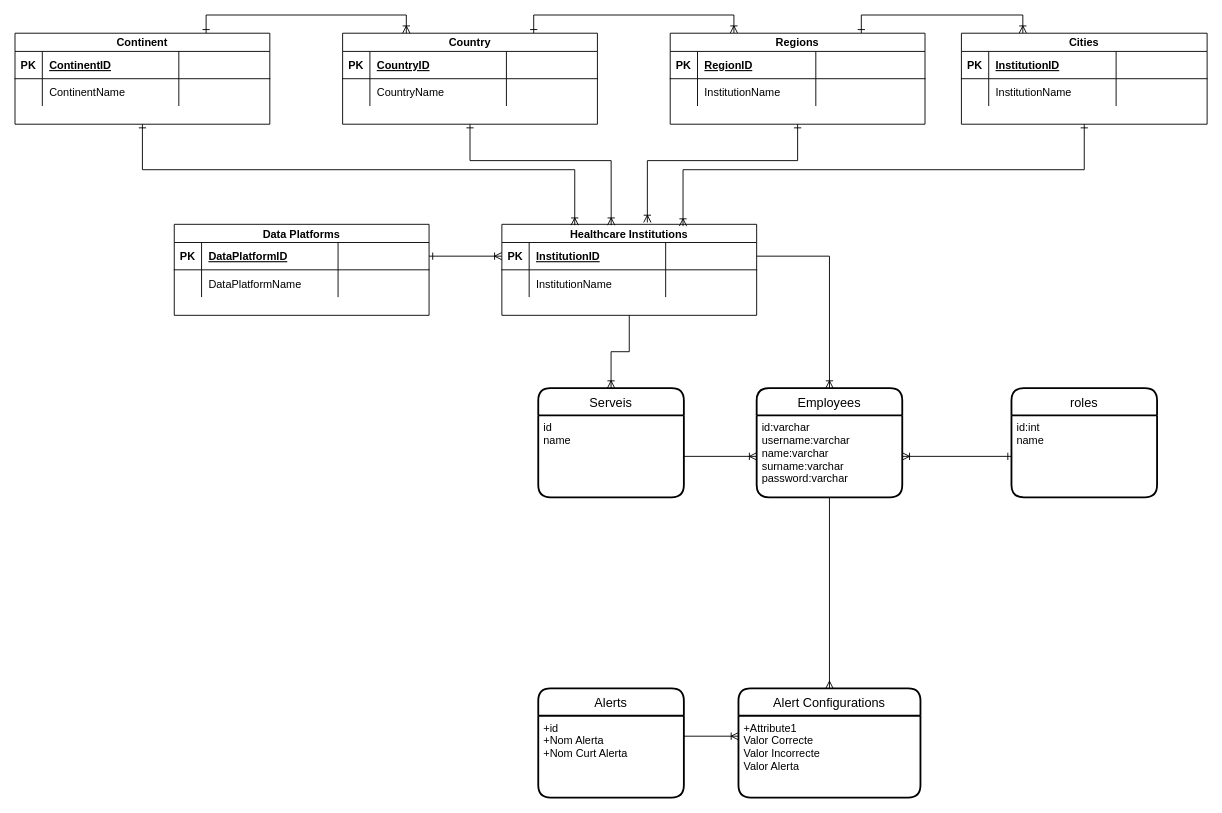
This is page "Bases de Dades" (1 of 6) of Producte/Diseny/Diagrames.drawio from eespunes/Plataforma-de-Visualitzacio-dAlertes-Sanitaries, a draw.io file, before an edit. Source tidied: cells renumbered, new cells numbered last; positions are measured from the earlier drawing's top-left corner, leaving out a move shared by most shapes. Both pictures are drawn from the tidied source at 91%, with x=0, y=0 at pixel (15, 33).
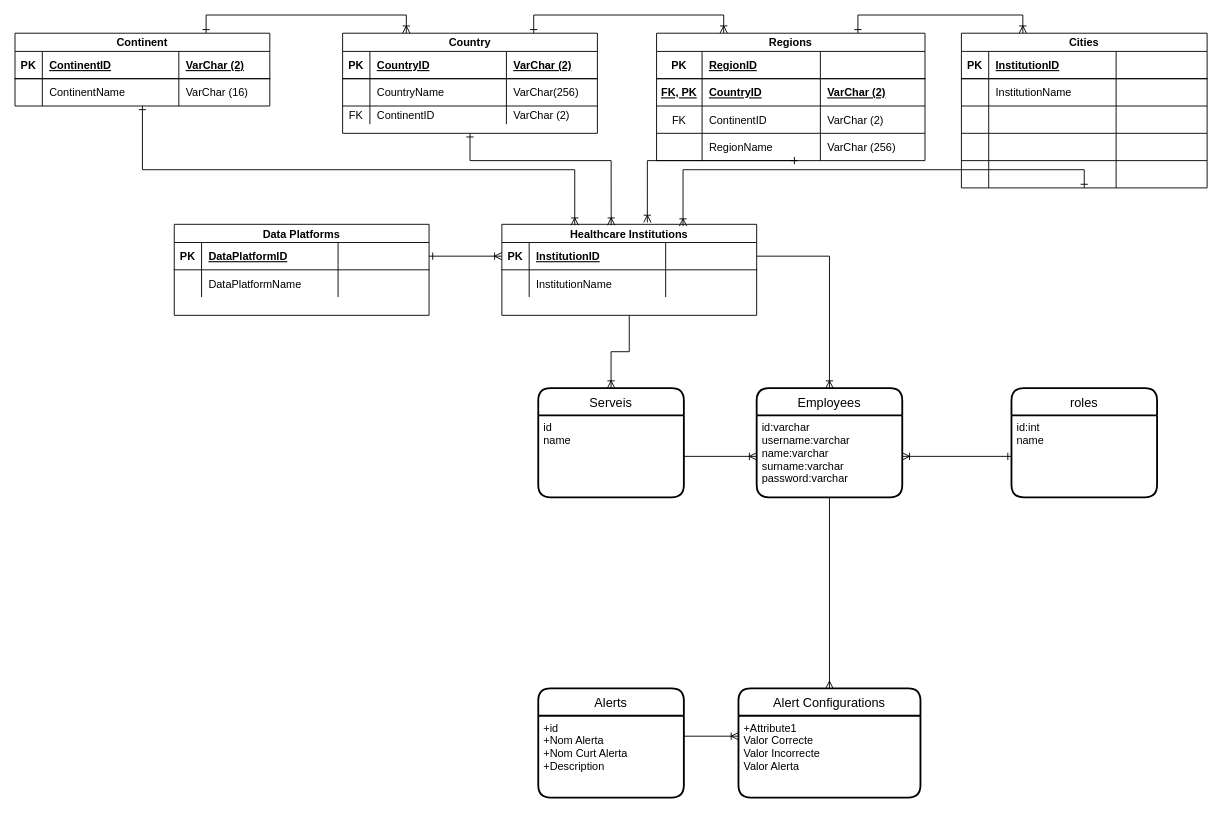
The same page after the edit.

The change refers to these unchanged cells:
```xml
<mxCell id="9" value="Alerts" style="swimlane;horizontal=1;startSize=30;rounded=1;fontSize=14;fontStyle=0;strokeWidth=2;shadow=0;dashed=0;align=center;" parent="1" vertex="1">
  <mxGeometry x="575" y="720" width="160" height="120" as="geometry" />
</mxCell>
<mxCell id="31" style="shape=partialRectangle;fillColor=none;top=0;left=0;bottom=1;right=0;" parent="30" vertex="1">
  <mxGeometry y="20" width="280" height="30" as="geometry" />
</mxCell>
<mxCell id="35" style="shape=partialRectangle;fillColor=none;top=0;left=0;bottom=0;right=0;" parent="30" vertex="1">
  <mxGeometry y="50" width="280" height="30" as="geometry" />
</mxCell>
<mxCell id="72" style="shape=partialRectangle;fillColor=none;top=0;left=0;bottom=1;right=0;" parent="71" vertex="1">
  <mxGeometry y="20" width="280" height="30" as="geometry" />
</mxCell>
<mxCell id="76" style="shape=partialRectangle;fillColor=none;top=0;left=0;bottom=0;right=0;" parent="71" vertex="1">
  <mxGeometry y="50" width="280" height="30" as="geometry" />
</mxCell>
```

The edit, as a diff of the source:
```diff
@@
-    <mxCell id="10" value="+id&#10;+Nom Alerta&#10;+Nom Curt Alerta" style="align=left;strokeColor=none;fillColor=none;spacingLeft=4;fontSize=12;verticalAlign=top;" parent="9" vertex="1">
+    <mxCell id="10" value="+id&#10;+Nom Alerta&#10;+Nom Curt Alerta&#10;+Description" style="align=left;strokeColor=none;fillColor=none;spacingLeft=4;fontSize=12;verticalAlign=top;" parent="9" vertex="1">
       <mxGeometry y="30" width="160" height="90" as="geometry" />
     </mxCell>
@@
-    <mxCell id="30" value="Country" style="shape=table;startSize=20;childLayout=tableLayout;rowLines=0;fontStyle=1;align=center;" parent="1" vertex="1">
-      <mxGeometry x="360" width="280" height="100" as="geometry" />
+    <mxCell id="30" value="Country" style="shape=table;startSize=20;childLayout=tableLayout;rowLines=1;fontStyle=1;align=center;fillColor=none;" parent="1" vertex="1">
+      <mxGeometry x="360" width="280" height="110" as="geometry" />
     </mxCell>
@@
-    <mxCell id="34" style="shape=partialRectangle;fillColor=none;top=0;left=0;bottom=0;right=0;align=left;spacingLeft=6;fontStyle=5;overflow=hidden;" parent="31" vertex="1">
+    <mxCell id="34" value="VarChar (2)" style="shape=partialRectangle;fillColor=none;top=0;left=0;bottom=0;right=0;align=left;spacingLeft=6;fontStyle=5;overflow=hidden;" parent="31" vertex="1">
       <mxGeometry x="180" width="100" height="30" as="geometry" />
     </mxCell>
@@
-    <mxCell id="38" style="shape=partialRectangle;fillColor=none;top=0;left=0;bottom=0;right=0;align=left;spacingLeft=6;overflow=hidden;fontStyle=0;" parent="35" vertex="1">
+    <mxCell id="38" value="VarChar(256)" style="shape=partialRectangle;fillColor=none;top=0;left=0;bottom=0;right=0;align=left;spacingLeft=6;overflow=hidden;fontStyle=0;" parent="35" vertex="1">
       <mxGeometry x="180" width="100" height="30" as="geometry" />
     </mxCell>
+    <mxCell id="80" style="shape=partialRectangle;fillColor=none;top=0;left=0;bottom=0;right=0;" parent="30" vertex="1">
+      <mxGeometry y="80" width="280" height="20" as="geometry" />
+    </mxCell>
+    <mxCell id="81" value="FK" style="shape=partialRectangle;fillColor=none;top=0;left=0;bottom=0;right=0;overflow=hidden;" parent="80" vertex="1">
+      <mxGeometry width="30" height="20" as="geometry" />
+    </mxCell>
+    <mxCell id="82" value="ContinentID" style="shape=partialRectangle;fillColor=none;top=0;left=0;bottom=0;right=0;align=left;spacingLeft=6;overflow=hidden;fontStyle=0;labelBorderColor=none;strokeWidth=1;" parent="80" vertex="1">
+      <mxGeometry x="30" width="150" height="20" as="geometry" />
+    </mxCell>
+    <mxCell id="83" value="VarChar (2)" style="shape=partialRectangle;fillColor=none;top=0;left=0;bottom=0;right=0;align=left;spacingLeft=6;overflow=hidden;fontStyle=0;" parent="80" vertex="1">
+      <mxGeometry x="180" width="100" height="20" as="geometry" />
+    </mxCell>
@@
-    <mxCell id="50" value="Regions" style="shape=table;startSize=20;childLayout=tableLayout;rowLines=0;fontStyle=1;align=center;" parent="1" vertex="1">
-      <mxGeometry x="720" width="280" height="100" as="geometry" />
+    <mxCell id="50" value="Regions" style="shape=table;startSize=20;childLayout=tableLayout;rowLines=1;fontStyle=1;align=center;" parent="1" vertex="1">
+      <mxGeometry x="705" width="295" height="140" as="geometry" />
     </mxCell>
     <mxCell id="51" style="shape=partialRectangle;fillColor=none;top=0;left=0;bottom=1;right=0;" parent="50" vertex="1">
-      <mxGeometry y="20" width="280" height="30" as="geometry" />
+      <mxGeometry y="20" width="295" height="30" as="geometry" />
     </mxCell>
     <mxCell id="52" value="PK" style="shape=partialRectangle;fillColor=none;top=0;left=0;bottom=0;right=0;fontStyle=1;overflow=hidden;" parent="51" vertex="1">
-      <mxGeometry width="30" height="30" as="geometry" />
+      <mxGeometry width="50" height="30" as="geometry" />
     </mxCell>
     <mxCell id="53" value="RegionID" style="shape=partialRectangle;fillColor=none;top=0;left=0;bottom=0;right=0;align=left;spacingLeft=6;fontStyle=5;overflow=hidden;" parent="51" vertex="1">
-      <mxGeometry x="30" width="130" height="30" as="geometry" />
+      <mxGeometry x="50" width="130" height="30" as="geometry" />
     </mxCell>
     <mxCell id="54" style="shape=partialRectangle;fillColor=none;top=0;left=0;bottom=0;right=0;align=left;spacingLeft=6;fontStyle=5;overflow=hidden;" parent="51" vertex="1">
-      <mxGeometry x="160" width="120" height="30" as="geometry" />
+      <mxGeometry x="180" width="115" height="30" as="geometry" />
     </mxCell>
     <mxCell id="55" style="shape=partialRectangle;fillColor=none;top=0;left=0;bottom=0;right=0;" parent="50" vertex="1">
-      <mxGeometry y="50" width="280" height="30" as="geometry" />
+      <mxGeometry y="50" width="295" height="30" as="geometry" />
     </mxCell>
-    <mxCell id="56" style="shape=partialRectangle;fillColor=none;top=0;left=0;bottom=0;right=0;overflow=hidden;" parent="55" vertex="1">
-      <mxGeometry width="30" height="30" as="geometry" />
+    <mxCell id="56" value="FK, PK" style="shape=partialRectangle;fillColor=none;top=0;left=0;bottom=0;right=0;overflow=hidden;fontStyle=5;" parent="55" vertex="1">
+      <mxGeometry width="50" height="30" as="geometry" />
     </mxCell>
-    <mxCell id="57" value="InstitutionName" style="shape=partialRectangle;fillColor=none;top=0;left=0;bottom=0;right=0;align=left;spacingLeft=6;overflow=hidden;fontStyle=0;" parent="55" vertex="1">
-      <mxGeometry x="30" width="130" height="30" as="geometry" />
+    <mxCell id="57" value="CountryID" style="shape=partialRectangle;fillColor=none;top=0;left=0;bottom=0;right=0;align=left;spacingLeft=6;overflow=hidden;fontStyle=5;" parent="55" vertex="1">
+      <mxGeometry x="50" width="130" height="30" as="geometry" />
     </mxCell>
-    <mxCell id="58" style="shape=partialRectangle;fillColor=none;top=0;left=0;bottom=0;right=0;align=left;spacingLeft=6;overflow=hidden;fontStyle=0;" parent="55" vertex="1">
-      <mxGeometry x="160" width="120" height="30" as="geometry" />
+    <mxCell id="58" value="VarChar (2)" style="shape=partialRectangle;fillColor=none;top=0;left=0;bottom=0;right=0;align=left;spacingLeft=6;overflow=hidden;fontStyle=5;" parent="55" vertex="1">
+      <mxGeometry x="180" width="115" height="30" as="geometry" />
     </mxCell>
+    <mxCell id="84" style="shape=partialRectangle;fillColor=none;top=0;left=0;bottom=0;right=0;" parent="50" vertex="1">
+      <mxGeometry y="80" width="295" height="30" as="geometry" />
+    </mxCell>
+    <mxCell id="85" value="FK" style="shape=partialRectangle;fillColor=none;top=0;left=0;bottom=0;right=0;overflow=hidden;" parent="84" vertex="1">
+      <mxGeometry width="50" height="30" as="geometry" />
+    </mxCell>
+    <mxCell id="86" value="ContinentID" style="shape=partialRectangle;fillColor=none;top=0;left=0;bottom=0;right=0;align=left;spacingLeft=6;overflow=hidden;fontStyle=0;" parent="84" vertex="1">
+      <mxGeometry x="50" width="130" height="30" as="geometry" />
+    </mxCell>
+    <mxCell id="87" value="VarChar (2)" style="shape=partialRectangle;fillColor=none;top=0;left=0;bottom=0;right=0;align=left;spacingLeft=6;overflow=hidden;fontStyle=0;" parent="84" vertex="1">
+      <mxGeometry x="180" width="115" height="30" as="geometry" />
+    </mxCell>
+    <mxCell id="88" style="shape=partialRectangle;fillColor=none;top=0;left=0;bottom=0;right=0;" parent="50" vertex="1">
+      <mxGeometry y="110" width="295" height="30" as="geometry" />
+    </mxCell>
+    <mxCell id="89" style="shape=partialRectangle;fillColor=none;top=0;left=0;bottom=0;right=0;overflow=hidden;" parent="88" vertex="1">
+      <mxGeometry width="50" height="30" as="geometry" />
+    </mxCell>
+    <mxCell id="90" value="RegionName" style="shape=partialRectangle;fillColor=none;top=0;left=0;bottom=0;right=0;align=left;spacingLeft=6;overflow=hidden;fontStyle=0;" parent="88" vertex="1">
+      <mxGeometry x="50" width="130" height="30" as="geometry" />
+    </mxCell>
+    <mxCell id="91" value="VarChar (256)" style="shape=partialRectangle;fillColor=none;top=0;left=0;bottom=0;right=0;align=left;spacingLeft=6;overflow=hidden;fontStyle=0;" parent="88" vertex="1">
+      <mxGeometry x="180" width="115" height="30" as="geometry" />
+    </mxCell>
@@
-    <mxCell id="60" value="Cities" style="shape=table;startSize=20;childLayout=tableLayout;rowLines=0;fontStyle=1;align=center;" parent="1" vertex="1">
-      <mxGeometry x="1040" width="270" height="100" as="geometry" />
+    <mxCell id="60" value="Cities" style="shape=table;startSize=20;childLayout=tableLayout;rowLines=1;fontStyle=1;align=center;" parent="1" vertex="1">
+      <mxGeometry x="1040" width="270" height="170" as="geometry" />
     </mxCell>
@@
+    <mxCell id="92" style="shape=partialRectangle;fillColor=none;top=0;left=0;bottom=0;right=0;" parent="60" vertex="1">
+      <mxGeometry y="80" width="270" height="30" as="geometry" />
+    </mxCell>
+    <mxCell id="93" style="shape=partialRectangle;fillColor=none;top=0;left=0;bottom=0;right=0;overflow=hidden;" parent="92" vertex="1">
+      <mxGeometry width="30" height="30" as="geometry" />
+    </mxCell>
+    <mxCell id="94" style="shape=partialRectangle;fillColor=none;top=0;left=0;bottom=0;right=0;align=left;spacingLeft=6;overflow=hidden;fontStyle=0;" parent="92" vertex="1">
+      <mxGeometry x="30" width="140" height="30" as="geometry" />
+    </mxCell>
+    <mxCell id="95" style="shape=partialRectangle;fillColor=none;top=0;left=0;bottom=0;right=0;align=left;spacingLeft=6;overflow=hidden;fontStyle=0;" parent="92" vertex="1">
+      <mxGeometry x="170" width="100" height="30" as="geometry" />
+    </mxCell>
+    <mxCell id="96" style="shape=partialRectangle;fillColor=none;top=0;left=0;bottom=0;right=0;" parent="60" vertex="1">
+      <mxGeometry y="110" width="270" height="30" as="geometry" />
+    </mxCell>
+    <mxCell id="97" style="shape=partialRectangle;fillColor=none;top=0;left=0;bottom=0;right=0;overflow=hidden;" parent="96" vertex="1">
+      <mxGeometry width="30" height="30" as="geometry" />
+    </mxCell>
+    <mxCell id="98" style="shape=partialRectangle;fillColor=none;top=0;left=0;bottom=0;right=0;align=left;spacingLeft=6;overflow=hidden;fontStyle=0;" parent="96" vertex="1">
+      <mxGeometry x="30" width="140" height="30" as="geometry" />
+    </mxCell>
+    <mxCell id="99" style="shape=partialRectangle;fillColor=none;top=0;left=0;bottom=0;right=0;align=left;spacingLeft=6;overflow=hidden;fontStyle=0;" parent="96" vertex="1">
+      <mxGeometry x="170" width="100" height="30" as="geometry" />
+    </mxCell>
+    <mxCell id="100" style="shape=partialRectangle;fillColor=none;top=0;left=0;bottom=0;right=0;" parent="60" vertex="1">
+      <mxGeometry y="140" width="270" height="30" as="geometry" />
+    </mxCell>
+    <mxCell id="101" style="shape=partialRectangle;fillColor=none;top=0;left=0;bottom=0;right=0;overflow=hidden;" parent="100" vertex="1">
+      <mxGeometry width="30" height="30" as="geometry" />
+    </mxCell>
+    <mxCell id="102" style="shape=partialRectangle;fillColor=none;top=0;left=0;bottom=0;right=0;align=left;spacingLeft=6;overflow=hidden;fontStyle=0;" parent="100" vertex="1">
+      <mxGeometry x="30" width="140" height="30" as="geometry" />
+    </mxCell>
+    <mxCell id="103" style="shape=partialRectangle;fillColor=none;top=0;left=0;bottom=0;right=0;align=left;spacingLeft=6;overflow=hidden;fontStyle=0;" parent="100" vertex="1">
+      <mxGeometry x="170" width="100" height="30" as="geometry" />
+    </mxCell>
@@
-    <mxCell id="71" value="Continent" style="shape=table;startSize=20;childLayout=tableLayout;rowLines=0;fontStyle=1;align=center;" parent="1" vertex="1">
-      <mxGeometry width="280" height="100" as="geometry" />
+    <mxCell id="71" value="Continent" style="shape=table;startSize=20;childLayout=tableLayout;rowLines=1;fontStyle=1;align=center;" parent="1" vertex="1">
+      <mxGeometry width="280" height="80" as="geometry" />
     </mxCell>
@@
-    <mxCell id="75" style="shape=partialRectangle;fillColor=none;top=0;left=0;bottom=0;right=0;align=left;spacingLeft=6;fontStyle=5;overflow=hidden;" parent="72" vertex="1">
+    <mxCell id="75" value="VarChar (2)" style="shape=partialRectangle;fillColor=none;top=0;left=0;bottom=0;right=0;align=left;spacingLeft=6;fontStyle=5;overflow=hidden;" parent="72" vertex="1">
       <mxGeometry x="180" width="100" height="30" as="geometry" />
     </mxCell>
@@
-    <mxCell id="79" style="shape=partialRectangle;fillColor=none;top=0;left=0;bottom=0;right=0;align=left;spacingLeft=6;overflow=hidden;fontStyle=0;" parent="76" vertex="1">
+    <mxCell id="79" value="VarChar (16)" style="shape=partialRectangle;fillColor=none;top=0;left=0;bottom=0;right=0;align=left;spacingLeft=6;overflow=hidden;fontStyle=0;" parent="76" vertex="1">
       <mxGeometry x="180" width="100" height="30" as="geometry" />
     </mxCell>
```
